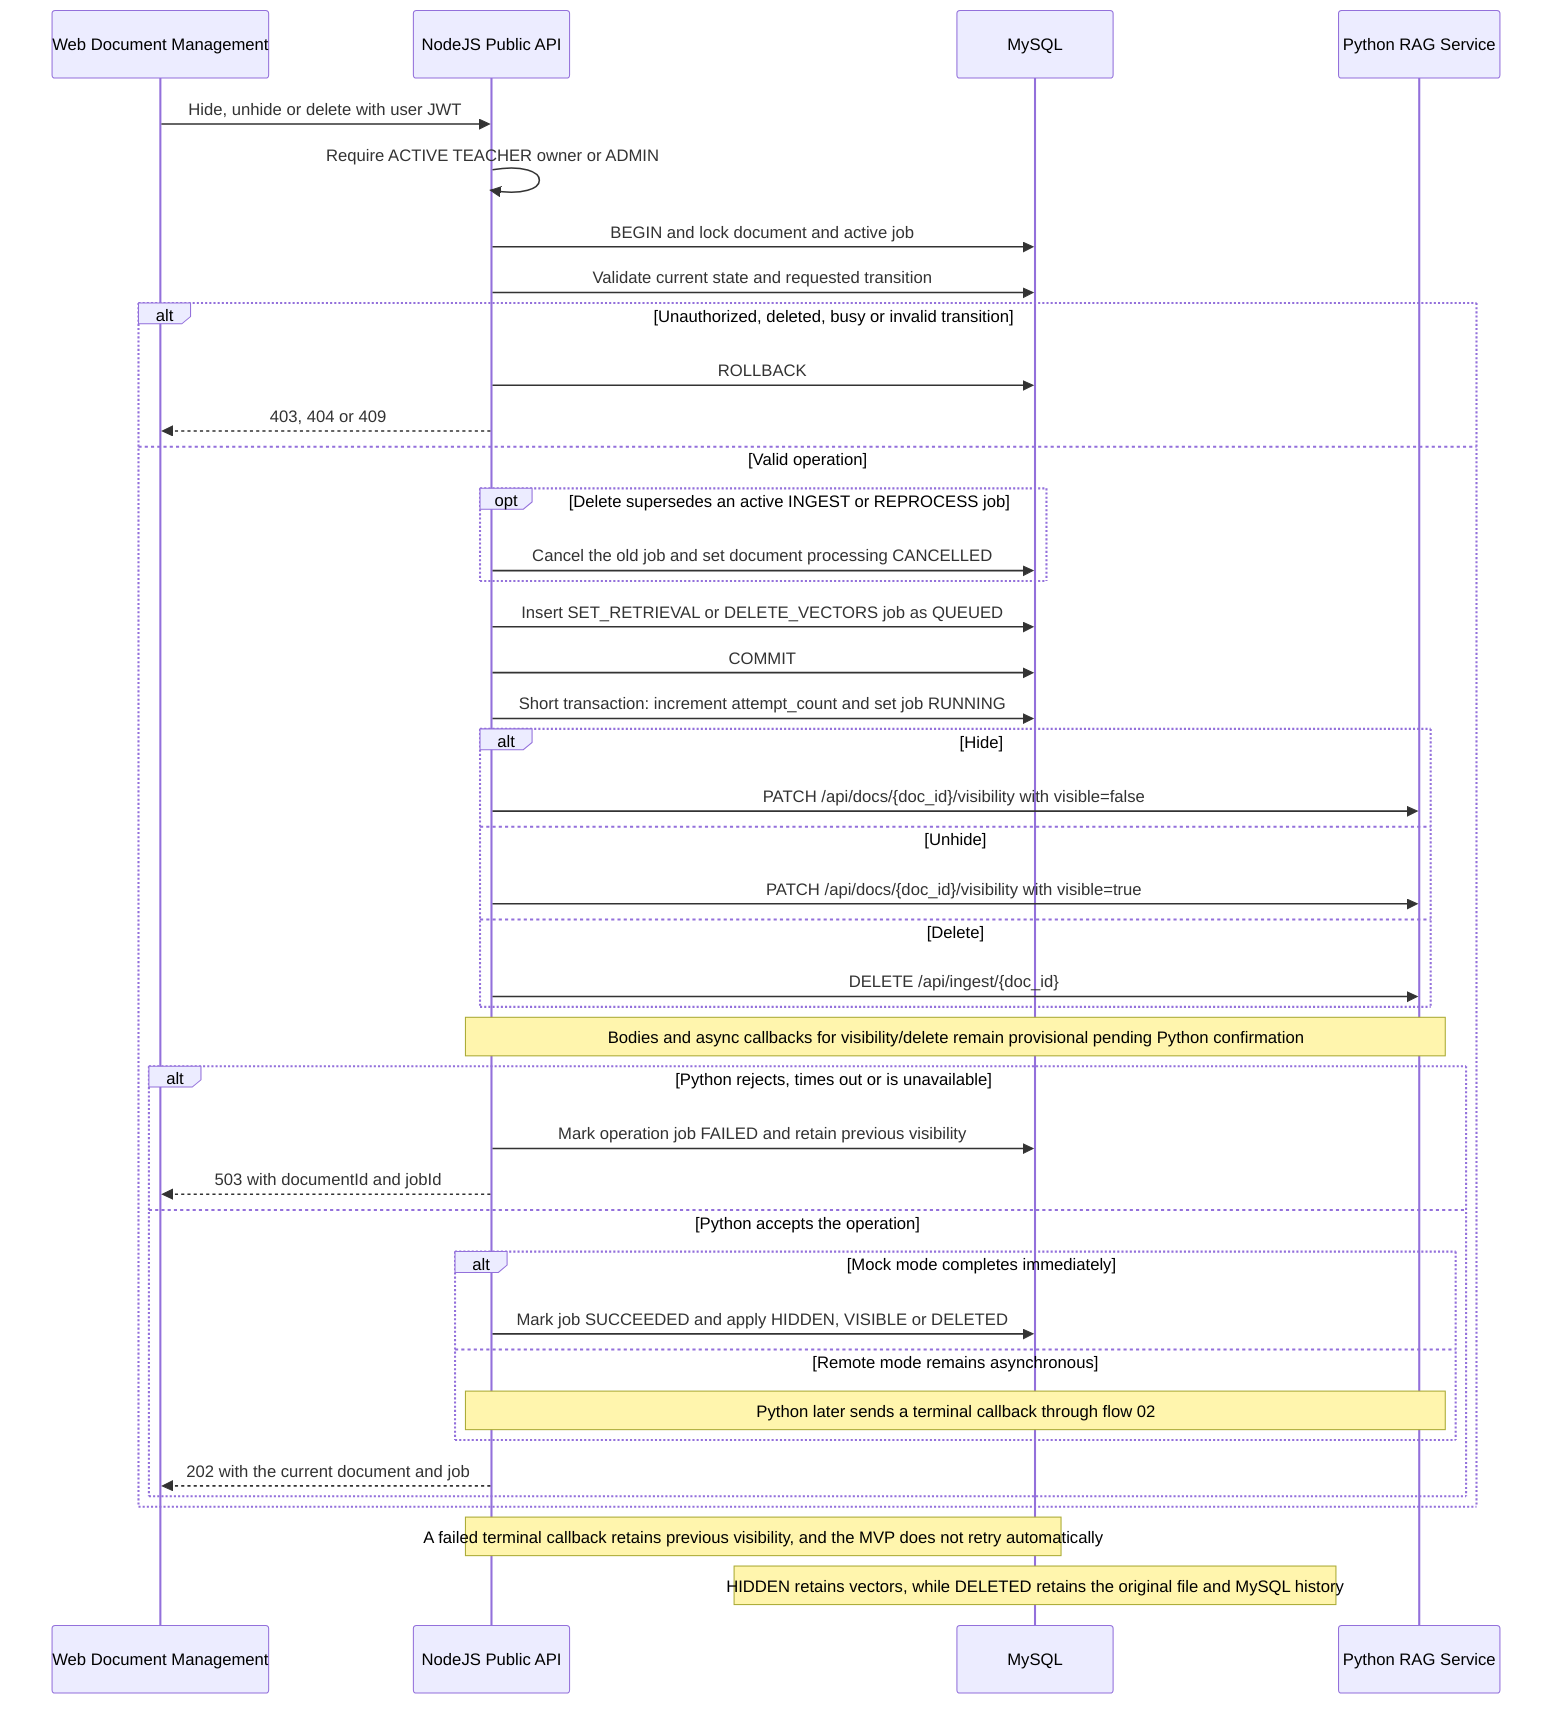
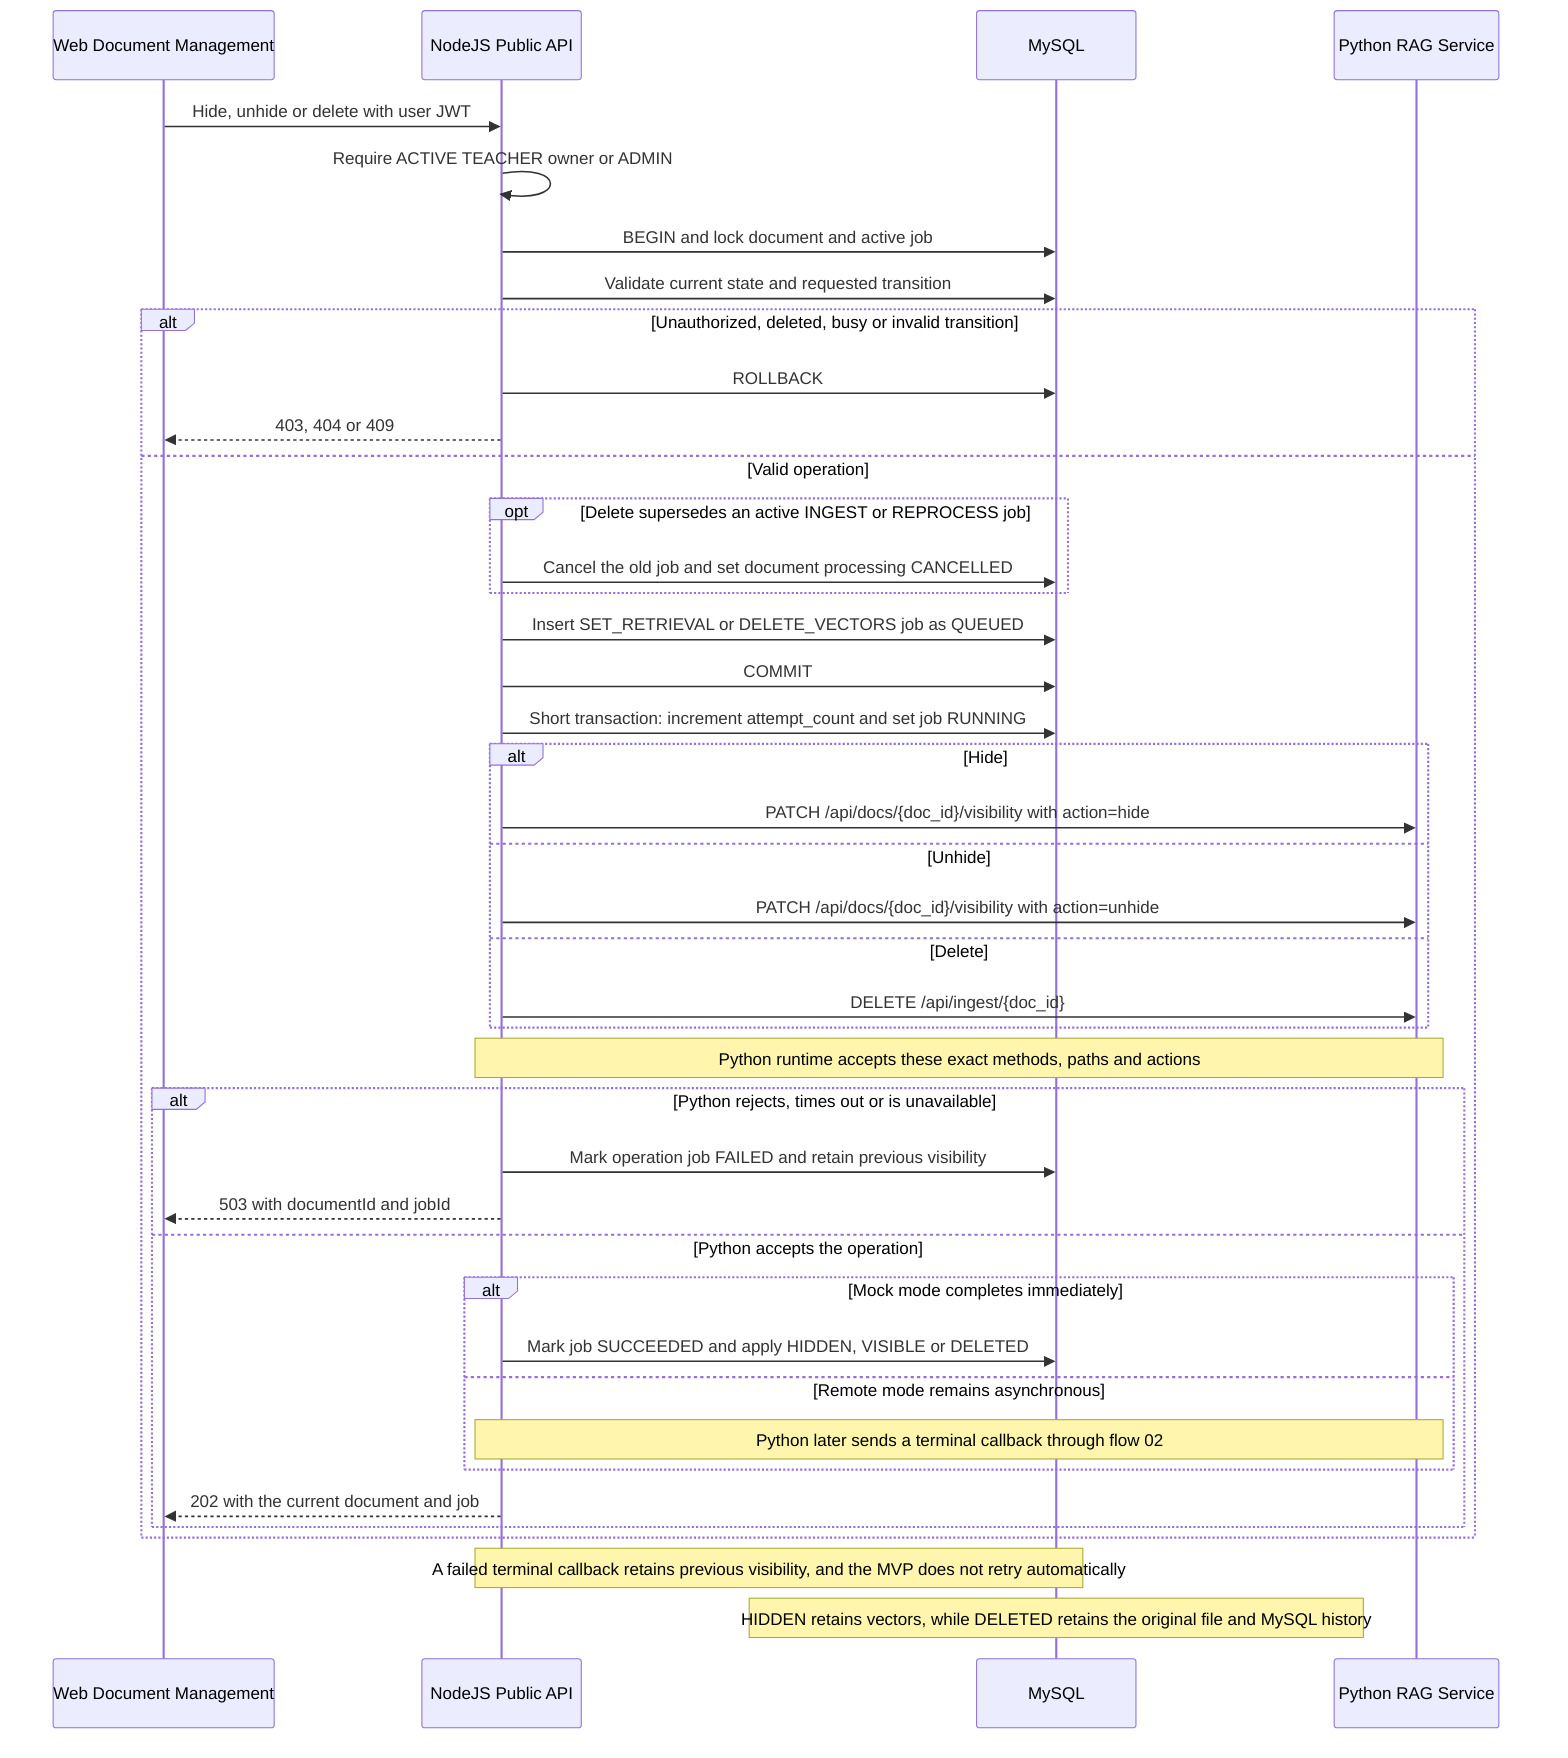
%% 05 Hide, unhide and delete | Detailed NodeJS/Core flow
sequenceDiagram
  participant Web as Web Document Management
  participant Node as NodeJS Public API
  participant DB as MySQL
  participant RAG as Python RAG Service

  Web->>Node: Hide, unhide or delete with user JWT
  Node->>Node: Require ACTIVE TEACHER owner or ADMIN
  Node->>DB: BEGIN and lock document and active job
  Node->>DB: Validate current state and requested transition
  alt Unauthorized, deleted, busy or invalid transition
    Node->>DB: ROLLBACK
    Node-->>Web: 403, 404 or 409
  else Valid operation
    opt Delete supersedes an active INGEST or REPROCESS job
      Node->>DB: Cancel the old job and set document processing CANCELLED
    end
    Node->>DB: Insert SET_RETRIEVAL or DELETE_VECTORS job as QUEUED
    Node->>DB: COMMIT
    Node->>DB: Short transaction: increment attempt_count and set job RUNNING
    alt Hide
-       Node->>RAG: PATCH /api/docs/{doc_id}/visibility with visible=false
+       Node->>RAG: PATCH /api/docs/{doc_id}/visibility with action=hide
    else Unhide
-       Node->>RAG: PATCH /api/docs/{doc_id}/visibility with visible=true
+       Node->>RAG: PATCH /api/docs/{doc_id}/visibility with action=unhide
    else Delete
      Node->>RAG: DELETE /api/ingest/{doc_id}
    end
-     Note over Node,RAG: Bodies and async callbacks for visibility/delete remain provisional pending Python confirmation
+     Note over Node,RAG: Python runtime accepts these exact methods, paths and actions

    alt Python rejects, times out or is unavailable
      Node->>DB: Mark operation job FAILED and retain previous visibility
      Node-->>Web: 503 with documentId and jobId
    else Python accepts the operation
      alt Mock mode completes immediately
        Node->>DB: Mark job SUCCEEDED and apply HIDDEN, VISIBLE or DELETED
      else Remote mode remains asynchronous
        Note over Node,RAG: Python later sends a terminal callback through flow 02
      end
      Node-->>Web: 202 with the current document and job
    end
  end

  Note over Node,DB: A failed terminal callback retains previous visibility, and the MVP does not retry automatically
  Note over DB: HIDDEN retains vectors, while DELETED retains the original file and MySQL history
